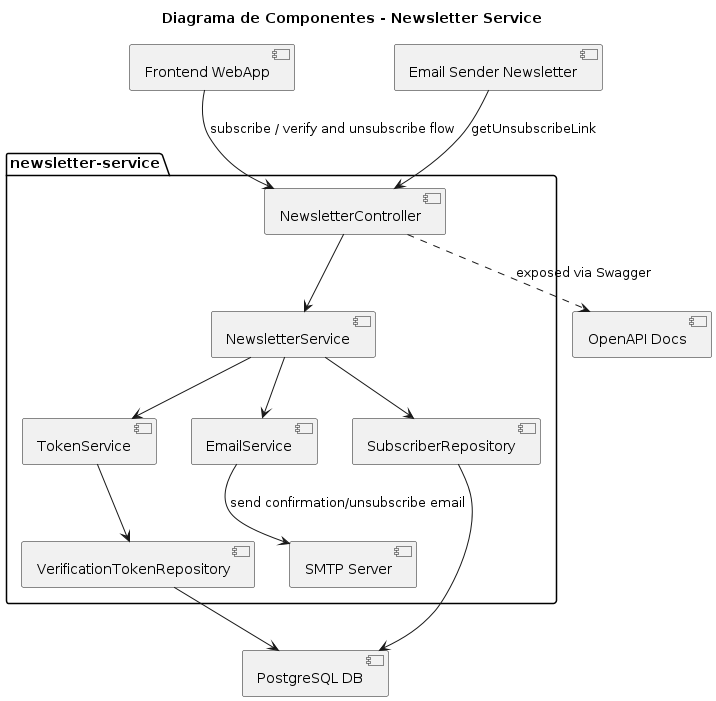
raullopezpenalva/Newsletter-Service keeps this PlantUML diagram as out/plantUML/components_diagram/component_diagram_newsletter_service.png. Above is the earlier version. The source it was exported from:
```plantuml
@startuml component_diagram_newsletter_service

title Diagrama de Componentes - Newsletter Service

package "newsletter-service" {

  [NewsletterController] --> [NewsletterService]

  [NewsletterService] --> [TokenService]
  [NewsletterService] --> [EmailService]
  [NewsletterService] --> [SubscriberRepository]

  [TokenService] --> [VerificationTokenRepository]

  [EmailService] --> [SMTP Server] : send confirmation/unsubscribe email
}

[Frontend WebApp] --> [NewsletterController] : subscribe / verify and unsubscribe flow

[Email Sender Newsletter] --> [NewsletterController] : getUnsubscribeLink

[NewsletterController] ..> [OpenAPI Docs] : exposed via Swagger
[SubscriberRepository] --> [PostgreSQL DB]
[VerificationTokenRepository] --> [PostgreSQL DB]

@enduml
```
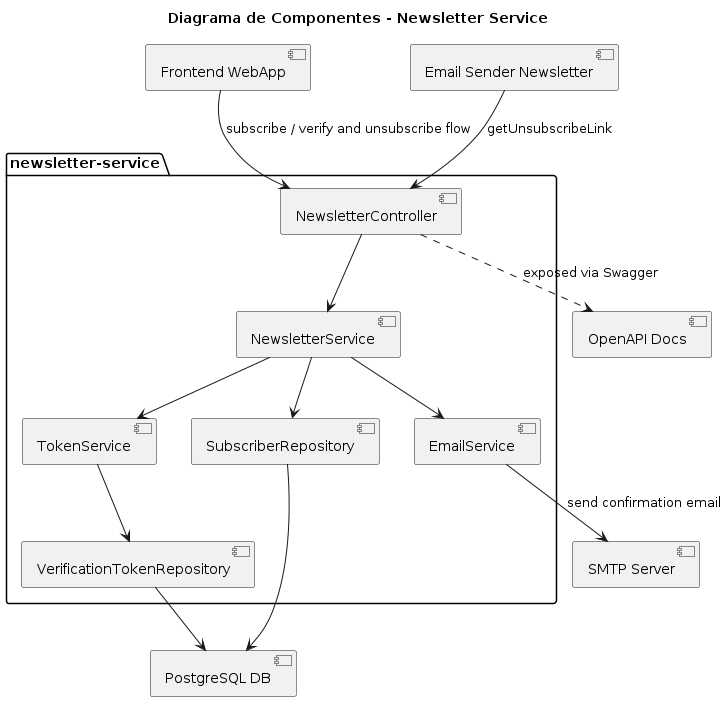
After the commit.

Commit message:
Update component diagram for newsletter service to clarify EmailService interactions

What changed in the source:
```diff
@@ -7,12 +7,11 @@
   [NewsletterController] --> [NewsletterService]
 
   [NewsletterService] --> [TokenService]
+  [NewsletterService] --> [SubscriberRepository]
   [NewsletterService] --> [EmailService]
-  [NewsletterService] --> [SubscriberRepository]
 
   [TokenService] --> [VerificationTokenRepository]
 
-  [EmailService] --> [SMTP Server] : send confirmation/unsubscribe email
 }
 
 [Frontend WebApp] --> [NewsletterController] : subscribe / verify and unsubscribe flow
@@ -22,5 +21,6 @@
 [NewsletterController] ..> [OpenAPI Docs] : exposed via Swagger
 [SubscriberRepository] --> [PostgreSQL DB]
 [VerificationTokenRepository] --> [PostgreSQL DB]
+[EmailService] --> [SMTP Server] : send confirmation email
 
 @enduml
```
